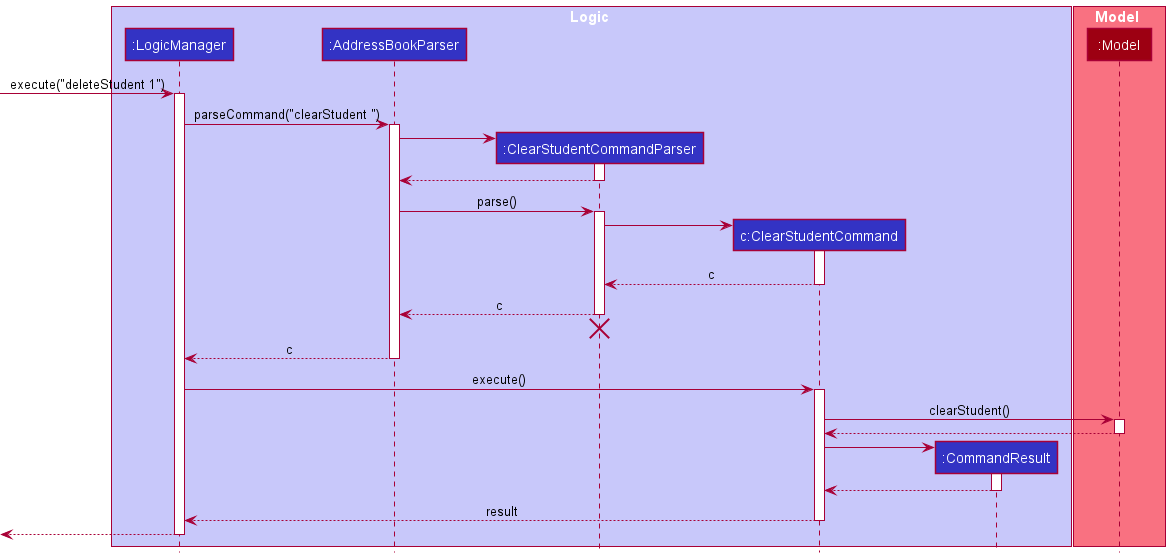
Earlier version of the PlantUML export docs/images/ClearSequenceDiagram.png (random689/tp). The source it was exported from:
```plantuml
@startuml
!include style.puml

box Logic LOGIC_COLOR_T1
participant ":LogicManager" as LogicManager LOGIC_COLOR
participant ":AddressBookParser" as AddressBookParser LOGIC_COLOR
participant ":ClearStudentCommandParser" as ClearStudentCommandParser LOGIC_COLOR
participant "c:ClearStudentCommand" as ClearStudentCommand LOGIC_COLOR
participant ":CommandResult" as CommandResult LOGIC_COLOR
end box

box Model MODEL_COLOR_T1
participant ":Model" as Model MODEL_COLOR
end box

[-> LogicManager : execute("deleteStudent 1")
activate LogicManager

LogicManager -> AddressBookParser : parseCommand("clearStudent ")
activate AddressBookParser

create ClearStudentCommandParser
AddressBookParser -> ClearStudentCommandParser
activate ClearStudentCommandParser

ClearStudentCommandParser --> AddressBookParser
deactivate ClearStudentCommandParser

AddressBookParser -> ClearStudentCommandParser : parse()
activate ClearStudentCommandParser

create ClearStudentCommand
ClearStudentCommandParser -> ClearStudentCommand
activate ClearStudentCommand

ClearStudentCommand --> ClearStudentCommandParser : c
deactivate ClearStudentCommand

ClearStudentCommandParser --> AddressBookParser : c
deactivate ClearStudentCommandParser
ClearStudentCommandParser -[hidden]-> AddressBookParser
destroy ClearStudentCommandParser

AddressBookParser --> LogicManager : c
deactivate AddressBookParser

LogicManager -> ClearStudentCommand : execute()
activate ClearStudentCommand

ClearStudentCommand -> Model : clearStudent()
activate Model

Model --> ClearStudentCommand
deactivate Model

create CommandResult
ClearStudentCommand -> CommandResult
activate CommandResult

CommandResult --> ClearStudentCommand
deactivate CommandResult

ClearStudentCommand --> LogicManager : result
deactivate ClearStudentCommand

[<--LogicManager
deactivate LogicManager
@enduml
```
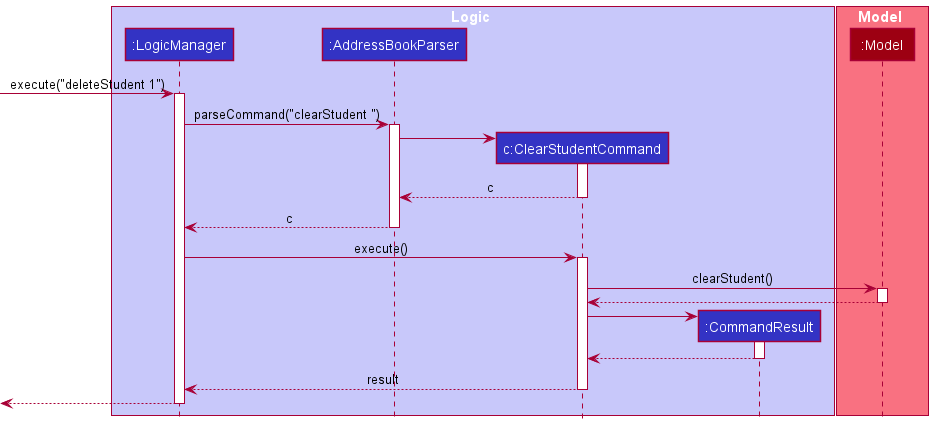
Above is the later version.

Diff of the diagram source:
```diff
@@ -4,7 +4,6 @@
 box Logic LOGIC_COLOR_T1
 participant ":LogicManager" as LogicManager LOGIC_COLOR
 participant ":AddressBookParser" as AddressBookParser LOGIC_COLOR
-participant ":ClearStudentCommandParser" as ClearStudentCommandParser LOGIC_COLOR
 participant "c:ClearStudentCommand" as ClearStudentCommand LOGIC_COLOR
 participant ":CommandResult" as CommandResult LOGIC_COLOR
 end box
@@ -19,27 +18,12 @@
 LogicManager -> AddressBookParser : parseCommand("clearStudent ")
 activate AddressBookParser
 
-create ClearStudentCommandParser
-AddressBookParser -> ClearStudentCommandParser
-activate ClearStudentCommandParser
-
-ClearStudentCommandParser --> AddressBookParser
-deactivate ClearStudentCommandParser
-
-AddressBookParser -> ClearStudentCommandParser : parse()
-activate ClearStudentCommandParser
-
 create ClearStudentCommand
-ClearStudentCommandParser -> ClearStudentCommand
+AddressBookParser -> ClearStudentCommand
 activate ClearStudentCommand
 
-ClearStudentCommand --> ClearStudentCommandParser : c
+ClearStudentCommand --> AddressBookParser : c
 deactivate ClearStudentCommand
-
-ClearStudentCommandParser --> AddressBookParser : c
-deactivate ClearStudentCommandParser
-ClearStudentCommandParser -[hidden]-> AddressBookParser
-destroy ClearStudentCommandParser
 
 AddressBookParser --> LogicManager : c
 deactivate AddressBookParser
```
